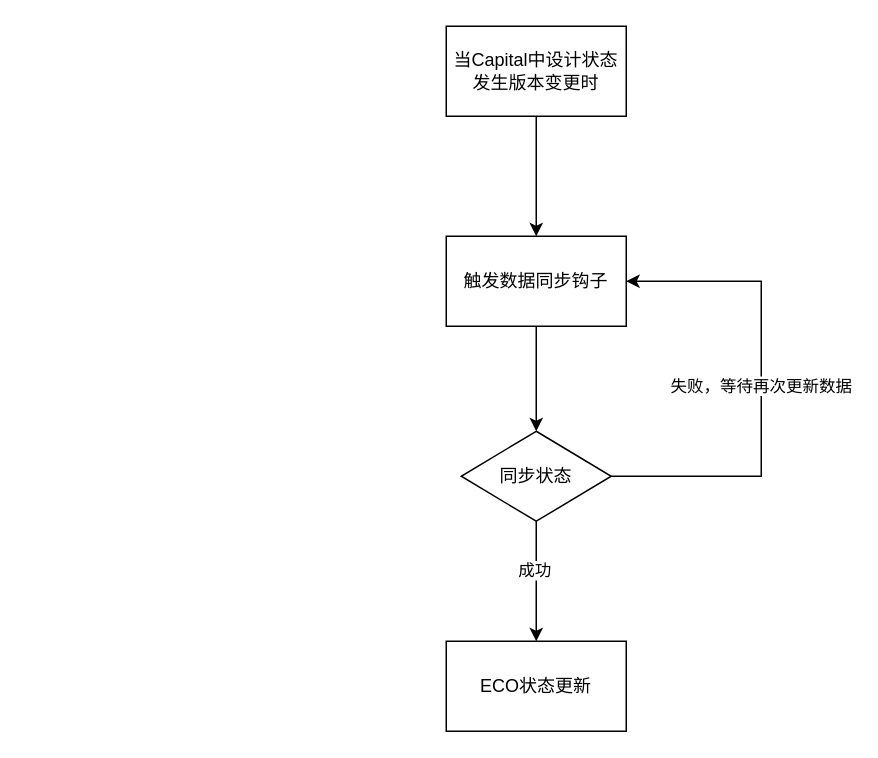
Above: ECR/工程实施人员ECO状态同步流程图.drawio in Merlin218/draw-file (draw.io), before the change. Source tidied: cells renumbered, new cells numbered last; positions are measured from the earlier drawing's top-left corner, leaving out a move shared by most shapes. Both pictures are drawn from the tidied source at 150%, with x=0, y=0 at pixel (446, 26).
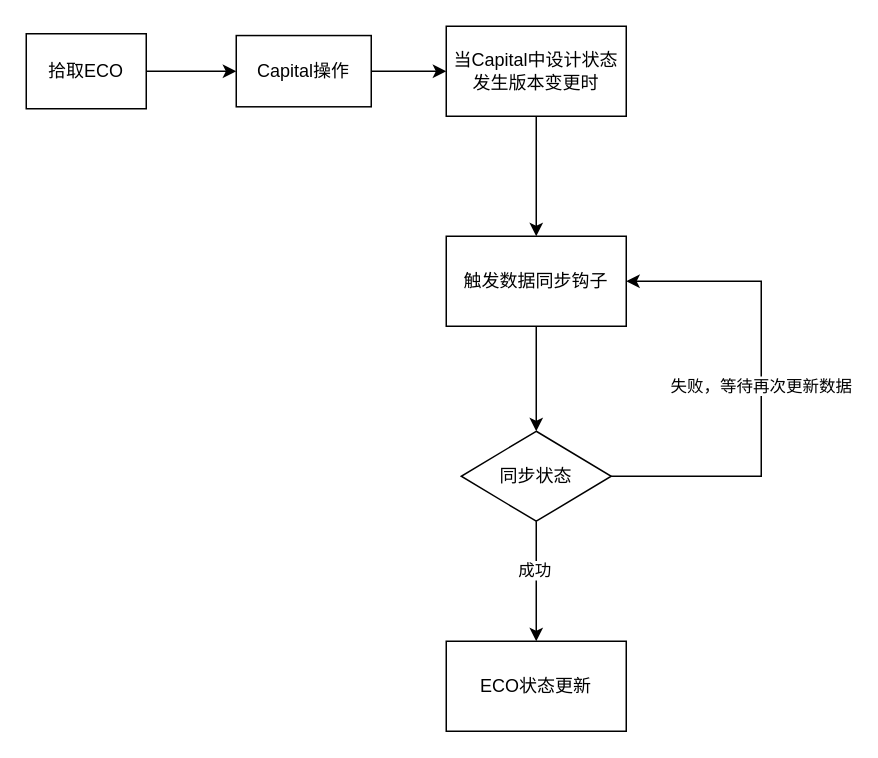
The same diagram, later.

Commit message (it also covers changes not shown here):
更新工程实施人员ECO状态同步流程图.drawio

Change to the diagram source:
```diff
@@
 <mxGraphModel>
   <root>
     <mxCell id="0" />
     <mxCell id="1" parent="0" />
     <mxCell id="2" style="edgeStyle=orthogonalEdgeStyle;rounded=0;jettySize=auto;html=1;" parent="1" edge="1" source="3" target="5">
       <mxGeometry relative="1" as="geometry" />
     </mxCell>
     <mxCell id="3" value="当Capital中设计状态发生版本变更时" style="rounded=0;whiteSpace=wrap;html=1;" parent="1" vertex="1">
       <mxGeometry width="120" height="60" as="geometry" />
     </mxCell>
     <mxCell id="4" style="edgeStyle=orthogonalEdgeStyle;rounded=0;jettySize=auto;html=1;" parent="1" edge="1" source="5" target="9">
       <mxGeometry relative="1" as="geometry" />
     </mxCell>
     <mxCell id="5" value="触发数据同步钩子" style="whiteSpace=wrap;html=1;rounded=0;" parent="1" vertex="1">
       <mxGeometry y="140" width="120" height="60" as="geometry" />
     </mxCell>
     <mxCell id="6" style="edgeStyle=orthogonalEdgeStyle;rounded=0;jettySize=auto;html=1;" parent="1" edge="1" source="9" target="10">
       <mxGeometry relative="1" as="geometry" />
     </mxCell>
     <mxCell id="7" value="成功" style="edgeLabel;html=1;align=center;verticalAlign=middle;" parent="6" vertex="1">
       <mxGeometry x="-0.21" y="-2" relative="1" as="geometry" />
     </mxCell>
     <mxCell id="8" value="失败，等待再次更新数据" style="edgeStyle=orthogonalEdgeStyle;rounded=0;jettySize=auto;html=1;exitX=1;exitY=0.5;exitDx=0;exitDy=0;entryX=1;entryY=0.5;entryDx=0;entryDy=0;" parent="1" edge="1" source="9" target="5">
       <mxGeometry relative="1" as="geometry">
         <Array as="points">
           <mxPoint x="210" y="300" />
           <mxPoint x="210" y="170" />
         </Array>
       </mxGeometry>
     </mxCell>
     <mxCell id="9" value="同步状态" style="rhombus;whiteSpace=wrap;html=1;rounded=0;" parent="1" vertex="1">
       <mxGeometry x="10" y="270" width="100" height="60" as="geometry" />
     </mxCell>
     <mxCell id="10" value="ECO状态更新" style="whiteSpace=wrap;html=1;rounded=0;" parent="1" vertex="1">
       <mxGeometry y="410" width="120" height="60" as="geometry" />
     </mxCell>
+    <mxCell id="11" style="edgeStyle=orthogonalEdgeStyle;rounded=0;jettySize=auto;html=1;" parent="1" edge="1" source="12" target="14">
+      <mxGeometry relative="1" as="geometry" />
+    </mxCell>
+    <mxCell id="12" value="拾取ECO" style="rounded=0;whiteSpace=wrap;html=1;" parent="1" vertex="1">
+      <mxGeometry x="-280" y="5" width="80" height="50" as="geometry" />
+    </mxCell>
+    <mxCell id="13" style="edgeStyle=orthogonalEdgeStyle;rounded=0;jettySize=auto;html=1;exitX=1;exitY=0.5;exitDx=0;exitDy=0;entryX=0;entryY=0.5;entryDx=0;entryDy=0;" parent="1" edge="1" source="14" target="3">
+      <mxGeometry relative="1" as="geometry" />
+    </mxCell>
+    <mxCell id="14" value="Capital操作" style="rounded=0;whiteSpace=wrap;html=1;" parent="1" vertex="1">
+      <mxGeometry x="-140" y="6.2" width="90" height="47.5" as="geometry" />
+    </mxCell>
   </root>
 </mxGraphModel>
```
